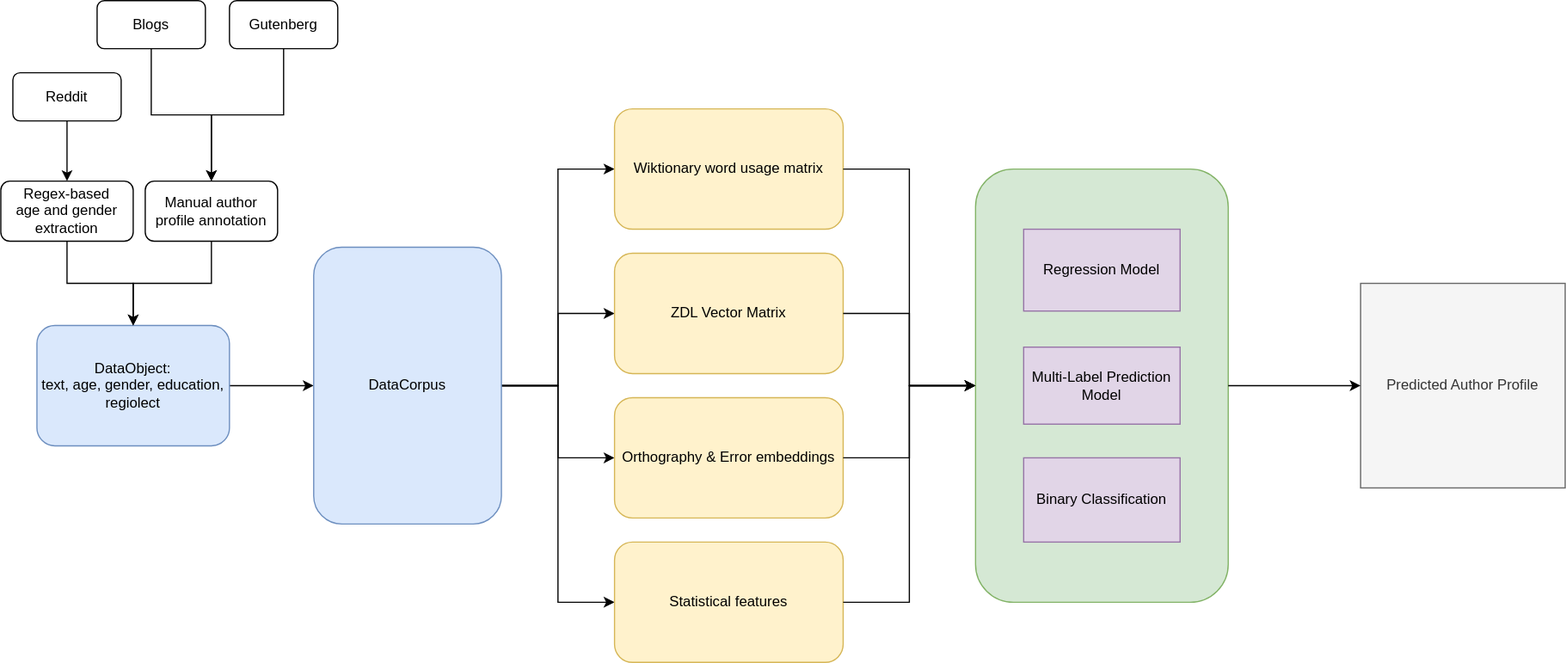
The draw.io diagram architecture.drawio.svg in kobrue02/BERTective, before a commit. Source tidied: cells renumbered, new cells last; positions are measured from the earlier drawing's top-left corner, leaving out a move shared by most shapes. Its diagram source:
```xml
<mxGraphModel>
  <root>
    <mxCell id="0" />
    <mxCell id="1" parent="0" />
    <mxCell id="2" style="edgeStyle=orthogonalEdgeStyle;rounded=0;jettySize=auto;html=1;" parent="1" edge="1" source="3" target="8">
      <mxGeometry relative="1" as="geometry" />
    </mxCell>
    <mxCell id="3" value="DataObject:&lt;br&gt;text, age, gender, education, regiolect" style="rounded=1;whiteSpace=wrap;html=1;fillColor=#dae8fc;strokeColor=#6c8ebf;" parent="1" vertex="1">
      <mxGeometry x="30" y="270" width="160" height="100" as="geometry" />
    </mxCell>
    <mxCell id="4" style="edgeStyle=orthogonalEdgeStyle;rounded=0;jettySize=auto;html=1;" parent="1" edge="1" source="8" target="24">
      <mxGeometry relative="1" as="geometry" />
    </mxCell>
    <mxCell id="5" style="edgeStyle=orthogonalEdgeStyle;rounded=0;jettySize=auto;html=1;" parent="1" edge="1" source="8" target="23">
      <mxGeometry relative="1" as="geometry" />
    </mxCell>
    <mxCell id="6" style="edgeStyle=orthogonalEdgeStyle;rounded=0;jettySize=auto;html=1;entryX=0;entryY=0.5;entryDx=0;entryDy=0;" parent="1" edge="1" source="8" target="22">
      <mxGeometry relative="1" as="geometry" />
    </mxCell>
    <mxCell id="7" style="edgeStyle=orthogonalEdgeStyle;rounded=0;jettySize=auto;html=1;entryX=0;entryY=0.5;entryDx=0;entryDy=0;" parent="1" edge="1" source="8" target="25">
      <mxGeometry relative="1" as="geometry" />
    </mxCell>
    <mxCell id="8" value="DataCorpus" style="rounded=1;whiteSpace=wrap;html=1;fillColor=#dae8fc;strokeColor=#6c8ebf;" parent="1" vertex="1">
      <mxGeometry x="260" y="205" width="156" height="230" as="geometry" />
    </mxCell>
    <mxCell id="9" style="edgeStyle=orthogonalEdgeStyle;rounded=0;jettySize=auto;html=1;" parent="1" edge="1" source="10" target="13">
      <mxGeometry relative="1" as="geometry" />
    </mxCell>
    <mxCell id="10" value="Reddit" style="rounded=1;whiteSpace=wrap;html=1;" parent="1" vertex="1">
      <mxGeometry x="10" y="60" width="90" height="40" as="geometry" />
    </mxCell>
    <mxCell id="11" style="edgeStyle=orthogonalEdgeStyle;rounded=0;jettySize=auto;html=1;" parent="1" edge="1" source="34" target="15">
      <mxGeometry relative="1" as="geometry" />
    </mxCell>
    <mxCell id="12" style="edgeStyle=orthogonalEdgeStyle;rounded=0;jettySize=auto;html=1;" parent="1" edge="1" source="13" target="3">
      <mxGeometry relative="1" as="geometry" />
    </mxCell>
    <mxCell id="13" value="Regex-based&lt;br&gt;age and gender extraction" style="rounded=1;whiteSpace=wrap;html=1;" parent="1" vertex="1">
      <mxGeometry y="150" width="110" height="50" as="geometry" />
    </mxCell>
    <mxCell id="14" style="edgeStyle=orthogonalEdgeStyle;rounded=0;jettySize=auto;html=1;" parent="1" edge="1" source="15" target="3">
      <mxGeometry relative="1" as="geometry" />
    </mxCell>
    <mxCell id="15" value="Manual author profile annotation" style="rounded=1;whiteSpace=wrap;html=1;" parent="1" vertex="1">
      <mxGeometry x="120" y="150" width="110" height="50" as="geometry" />
    </mxCell>
    <mxCell id="16" style="group;" parent="1" vertex="1">
      <mxGeometry x="810" y="144" width="210" height="360" as="geometry" />
    </mxCell>
    <mxCell id="17" style="rounded=1;whiteSpace=wrap;html=1;fillColor=#d5e8d4;strokeColor=#82b366;" parent="16" vertex="1">
      <mxGeometry y="-4" width="210" height="360" as="geometry" />
    </mxCell>
    <mxCell id="18" value="Regression Model" style="rounded=0;whiteSpace=wrap;html=1;fillColor=#e1d5e7;strokeColor=#9673a6;" parent="16" vertex="1">
      <mxGeometry x="40" y="46" width="130" height="68" as="geometry" />
    </mxCell>
    <mxCell id="19" value="Multi-Label Prediction Model" style="rounded=0;whiteSpace=wrap;html=1;fillColor=#e1d5e7;strokeColor=#9673a6;" parent="16" vertex="1">
      <mxGeometry x="40" y="144" width="130" height="64" as="geometry" />
    </mxCell>
    <mxCell id="20" value="Binary Classification" style="rounded=0;whiteSpace=wrap;html=1;fillColor=#e1d5e7;strokeColor=#9673a6;" parent="16" vertex="1">
      <mxGeometry x="40" y="236" width="130" height="70" as="geometry" />
    </mxCell>
    <mxCell id="21" style="group;" parent="1" vertex="1">
      <mxGeometry x="510" y="90" width="190" height="460" as="geometry" />
    </mxCell>
    <mxCell id="22" value="Wiktionary word usage matrix" style="rounded=1;whiteSpace=wrap;html=1;fillColor=#fff2cc;strokeColor=#d6b656;" parent="21" vertex="1">
      <mxGeometry width="190" height="100" as="geometry" />
    </mxCell>
    <mxCell id="23" value="ZDL Vector Matrix" style="rounded=1;whiteSpace=wrap;html=1;fillColor=#fff2cc;strokeColor=#d6b656;" parent="21" vertex="1">
      <mxGeometry y="120" width="190" height="100" as="geometry" />
    </mxCell>
    <mxCell id="24" value="Orthography &amp;amp; Error embeddings" style="rounded=1;whiteSpace=wrap;html=1;fillColor=#fff2cc;strokeColor=#d6b656;" parent="21" vertex="1">
      <mxGeometry y="240" width="190" height="100" as="geometry" />
    </mxCell>
    <mxCell id="25" value="Statistical features" style="rounded=1;whiteSpace=wrap;html=1;fillColor=#fff2cc;strokeColor=#d6b656;" parent="21" vertex="1">
      <mxGeometry y="360" width="190" height="100" as="geometry" />
    </mxCell>
    <mxCell id="26" style="edgeStyle=orthogonalEdgeStyle;rounded=0;jettySize=auto;html=1;" parent="1" edge="1" source="25" target="17">
      <mxGeometry relative="1" as="geometry" />
    </mxCell>
    <mxCell id="27" style="edgeStyle=orthogonalEdgeStyle;rounded=0;jettySize=auto;html=1;" parent="1" edge="1" source="22" target="17">
      <mxGeometry relative="1" as="geometry">
        <Array as="points">
          <mxPoint x="755" y="140" />
          <mxPoint x="755" y="320" />
        </Array>
      </mxGeometry>
    </mxCell>
    <mxCell id="28" style="edgeStyle=orthogonalEdgeStyle;rounded=0;jettySize=auto;html=1;entryX=0;entryY=0.5;entryDx=0;entryDy=0;" parent="1" edge="1" source="23" target="17">
      <mxGeometry relative="1" as="geometry" />
    </mxCell>
    <mxCell id="29" style="edgeStyle=orthogonalEdgeStyle;rounded=0;jettySize=auto;html=1;entryX=0;entryY=0.5;entryDx=0;entryDy=0;" parent="1" edge="1" source="24" target="17">
      <mxGeometry relative="1" as="geometry" />
    </mxCell>
    <mxCell id="30" value="Predicted Author Profile" style="whiteSpace=wrap;html=1;fillColor=#f5f5f5;fontColor=#333333;strokeColor=#666666;" parent="1" vertex="1">
      <mxGeometry x="1130" y="235" width="170" height="170" as="geometry" />
    </mxCell>
    <mxCell id="31" style="edgeStyle=orthogonalEdgeStyle;rounded=0;jettySize=auto;html=1;" parent="1" edge="1" source="17" target="30">
      <mxGeometry relative="1" as="geometry" />
    </mxCell>
    <mxCell id="32" style="edgeStyle=orthogonalEdgeStyle;rounded=0;jettySize=auto;html=1;entryX=0.5;entryY=0;entryDx=0;entryDy=0;" parent="1" edge="1" source="35" target="15">
      <mxGeometry relative="1" as="geometry" />
    </mxCell>
    <mxCell id="33" style="group;" parent="1" vertex="1">
      <mxGeometry x="80" width="200" height="40" as="geometry" />
    </mxCell>
    <mxCell id="34" value="Blogs" style="rounded=1;whiteSpace=wrap;html=1;" parent="33" vertex="1">
      <mxGeometry width="90" height="40" as="geometry" />
    </mxCell>
    <mxCell id="35" value="Gutenberg" style="rounded=1;whiteSpace=wrap;html=1;" parent="33" vertex="1">
      <mxGeometry x="110" width="90" height="40" as="geometry" />
    </mxCell>
  </root>
</mxGraphModel>
```
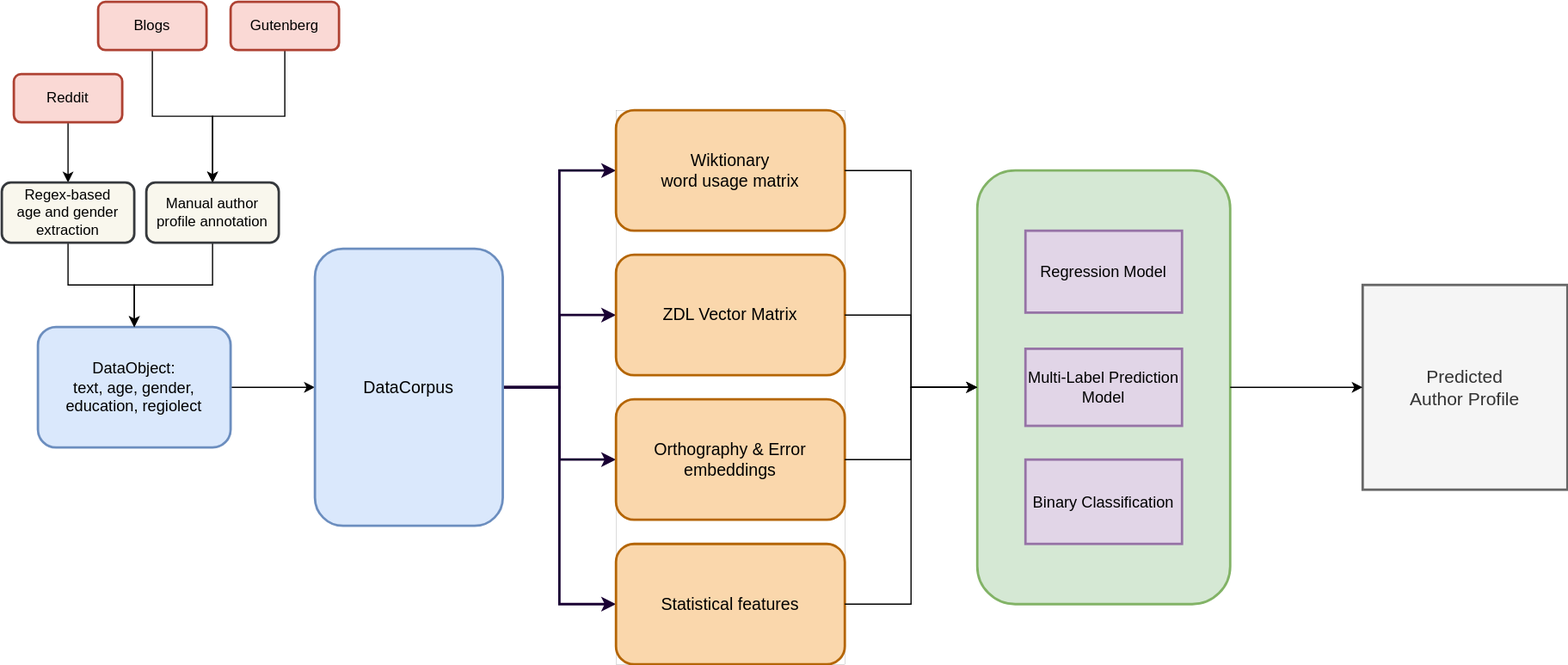
Later version of the same file.

Commit message:
edited architecture flowchart

Diff of the diagram source:
```diff
@@ -5,28 +5,28 @@
     <mxCell id="2" style="edgeStyle=orthogonalEdgeStyle;rounded=0;jettySize=auto;html=1;" parent="1" edge="1" source="3" target="8">
       <mxGeometry relative="1" as="geometry" />
     </mxCell>
-    <mxCell id="3" value="DataObject:&lt;br&gt;text, age, gender, education, regiolect" style="rounded=1;whiteSpace=wrap;html=1;fillColor=#dae8fc;strokeColor=#6c8ebf;" parent="1" vertex="1">
+    <mxCell id="3" value="&lt;font style=&quot;font-size: 13px;&quot;&gt;DataObject:&lt;br&gt;text, age, gender, education, regiolect&lt;/font&gt;" style="rounded=1;whiteSpace=wrap;html=1;fillColor=#dae8fc;strokeColor=#6c8ebf;strokeWidth=2;" parent="1" vertex="1">
       <mxGeometry x="30" y="270" width="160" height="100" as="geometry" />
     </mxCell>
-    <mxCell id="4" style="edgeStyle=orthogonalEdgeStyle;rounded=0;jettySize=auto;html=1;" parent="1" edge="1" source="8" target="24">
+    <mxCell id="4" style="edgeStyle=orthogonalEdgeStyle;rounded=0;jettySize=auto;html=1;strokeColor=#190033;strokeWidth=2;jumpStyle=none;shadow=0;" parent="1" edge="1" source="8" target="24">
       <mxGeometry relative="1" as="geometry" />
     </mxCell>
-    <mxCell id="5" style="edgeStyle=orthogonalEdgeStyle;rounded=0;jettySize=auto;html=1;" parent="1" edge="1" source="8" target="23">
+    <mxCell id="5" style="edgeStyle=orthogonalEdgeStyle;rounded=0;jettySize=auto;html=1;strokeColor=#190033;strokeWidth=2;jumpStyle=none;shadow=0;" parent="1" edge="1" source="8" target="23">
       <mxGeometry relative="1" as="geometry" />
     </mxCell>
-    <mxCell id="6" style="edgeStyle=orthogonalEdgeStyle;rounded=0;jettySize=auto;html=1;entryX=0;entryY=0.5;entryDx=0;entryDy=0;" parent="1" edge="1" source="8" target="22">
+    <mxCell id="6" style="edgeStyle=orthogonalEdgeStyle;rounded=0;jettySize=auto;html=1;entryX=0;entryY=0.5;entryDx=0;entryDy=0;strokeColor=#190033;strokeWidth=2;jumpStyle=none;shadow=0;" parent="1" edge="1" source="8" target="22">
       <mxGeometry relative="1" as="geometry" />
     </mxCell>
-    <mxCell id="7" style="edgeStyle=orthogonalEdgeStyle;rounded=0;jettySize=auto;html=1;entryX=0;entryY=0.5;entryDx=0;entryDy=0;" parent="1" edge="1" source="8" target="25">
+    <mxCell id="7" style="edgeStyle=orthogonalEdgeStyle;rounded=0;jettySize=auto;html=1;entryX=0;entryY=0.5;entryDx=0;entryDy=0;strokeColor=#190033;strokeWidth=2;jumpStyle=none;shadow=0;" parent="1" edge="1" source="8" target="25">
       <mxGeometry relative="1" as="geometry" />
     </mxCell>
-    <mxCell id="8" value="DataCorpus" style="rounded=1;whiteSpace=wrap;html=1;fillColor=#dae8fc;strokeColor=#6c8ebf;" parent="1" vertex="1">
+    <mxCell id="8" value="&lt;font style=&quot;font-size: 14px;&quot;&gt;DataCorpus&lt;/font&gt;" style="rounded=1;whiteSpace=wrap;html=1;fillColor=#dae8fc;strokeColor=#6c8ebf;strokeWidth=2;" parent="1" vertex="1">
       <mxGeometry x="260" y="205" width="156" height="230" as="geometry" />
     </mxCell>
     <mxCell id="9" style="edgeStyle=orthogonalEdgeStyle;rounded=0;jettySize=auto;html=1;" parent="1" edge="1" source="10" target="13">
       <mxGeometry relative="1" as="geometry" />
     </mxCell>
-    <mxCell id="10" value="Reddit" style="rounded=1;whiteSpace=wrap;html=1;" parent="1" vertex="1">
+    <mxCell id="10" value="Reddit" style="rounded=1;whiteSpace=wrap;html=1;fillColor=#fad9d5;strokeColor=#ae4132;strokeWidth=2;" parent="1" vertex="1">
       <mxGeometry x="10" y="60" width="90" height="40" as="geometry" />
     </mxCell>
     <mxCell id="11" style="edgeStyle=orthogonalEdgeStyle;rounded=0;jettySize=auto;html=1;" parent="1" edge="1" source="34" target="15">
@@ -35,43 +35,43 @@
     <mxCell id="12" style="edgeStyle=orthogonalEdgeStyle;rounded=0;jettySize=auto;html=1;" parent="1" edge="1" source="13" target="3">
       <mxGeometry relative="1" as="geometry" />
     </mxCell>
-    <mxCell id="13" value="Regex-based&lt;br&gt;age and gender extraction" style="rounded=1;whiteSpace=wrap;html=1;" parent="1" vertex="1">
+    <mxCell id="13" value="Regex-based&lt;br&gt;age and gender extraction" style="rounded=1;whiteSpace=wrap;html=1;fillColor=#f9f7ed;strokeColor=#36393d;strokeWidth=2;" parent="1" vertex="1">
       <mxGeometry y="150" width="110" height="50" as="geometry" />
     </mxCell>
     <mxCell id="14" style="edgeStyle=orthogonalEdgeStyle;rounded=0;jettySize=auto;html=1;" parent="1" edge="1" source="15" target="3">
       <mxGeometry relative="1" as="geometry" />
     </mxCell>
-    <mxCell id="15" value="Manual author profile annotation" style="rounded=1;whiteSpace=wrap;html=1;" parent="1" vertex="1">
+    <mxCell id="15" value="Manual author profile annotation" style="rounded=1;whiteSpace=wrap;html=1;fillColor=#f9f7ed;strokeColor=#36393d;strokeWidth=2;" parent="1" vertex="1">
       <mxGeometry x="120" y="150" width="110" height="50" as="geometry" />
     </mxCell>
-    <mxCell id="16" style="group;" parent="1" vertex="1">
+    <mxCell id="16" style="group;strokeWidth=1;" parent="1" vertex="1">
       <mxGeometry x="810" y="144" width="210" height="360" as="geometry" />
     </mxCell>
-    <mxCell id="17" style="rounded=1;whiteSpace=wrap;html=1;fillColor=#d5e8d4;strokeColor=#82b366;" parent="16" vertex="1">
+    <mxCell id="17" style="rounded=1;whiteSpace=wrap;html=1;fillColor=#d5e8d4;strokeColor=#82b366;strokeWidth=2;" parent="16" vertex="1">
       <mxGeometry y="-4" width="210" height="360" as="geometry" />
     </mxCell>
-    <mxCell id="18" value="Regression Model" style="rounded=0;whiteSpace=wrap;html=1;fillColor=#e1d5e7;strokeColor=#9673a6;" parent="16" vertex="1">
+    <mxCell id="18" value="&lt;font style=&quot;font-size: 13px;&quot;&gt;Regression Model&lt;/font&gt;" style="rounded=0;whiteSpace=wrap;html=1;fillColor=#e1d5e7;strokeColor=#9673a6;strokeWidth=2;" parent="16" vertex="1">
       <mxGeometry x="40" y="46" width="130" height="68" as="geometry" />
     </mxCell>
-    <mxCell id="19" value="Multi-Label Prediction Model" style="rounded=0;whiteSpace=wrap;html=1;fillColor=#e1d5e7;strokeColor=#9673a6;" parent="16" vertex="1">
+    <mxCell id="19" value="&lt;font style=&quot;font-size: 13px;&quot;&gt;Multi-Label Prediction Model&lt;/font&gt;" style="rounded=0;whiteSpace=wrap;html=1;fillColor=#e1d5e7;strokeColor=#9673a6;strokeWidth=2;" parent="16" vertex="1">
       <mxGeometry x="40" y="144" width="130" height="64" as="geometry" />
     </mxCell>
-    <mxCell id="20" value="Binary Classification" style="rounded=0;whiteSpace=wrap;html=1;fillColor=#e1d5e7;strokeColor=#9673a6;" parent="16" vertex="1">
+    <mxCell id="20" value="&lt;font style=&quot;font-size: 13px;&quot;&gt;Binary Classification&lt;/font&gt;" style="rounded=0;whiteSpace=wrap;html=1;fillColor=#e1d5e7;strokeColor=#9673a6;strokeWidth=2;" parent="16" vertex="1">
       <mxGeometry x="40" y="236" width="130" height="70" as="geometry" />
     </mxCell>
-    <mxCell id="21" style="group;" parent="1" vertex="1">
+    <mxCell id="21" style="group;strokeWidth=0;strokeColor=default;shadow=0;" parent="1" vertex="1">
       <mxGeometry x="510" y="90" width="190" height="460" as="geometry" />
     </mxCell>
-    <mxCell id="22" value="Wiktionary word usage matrix" style="rounded=1;whiteSpace=wrap;html=1;fillColor=#fff2cc;strokeColor=#d6b656;" parent="21" vertex="1">
+    <mxCell id="22" value="&lt;font style=&quot;font-size: 14px;&quot;&gt;Wiktionary&lt;br&gt;word usage matrix&lt;/font&gt;" style="rounded=1;whiteSpace=wrap;html=1;fillColor=#fad7ac;strokeColor=#b46504;strokeWidth=2;" parent="21" vertex="1">
       <mxGeometry width="190" height="100" as="geometry" />
     </mxCell>
-    <mxCell id="23" value="ZDL Vector Matrix" style="rounded=1;whiteSpace=wrap;html=1;fillColor=#fff2cc;strokeColor=#d6b656;" parent="21" vertex="1">
+    <mxCell id="23" value="&lt;font style=&quot;font-size: 14px;&quot;&gt;ZDL Vector Matrix&lt;/font&gt;" style="rounded=1;whiteSpace=wrap;html=1;fillColor=#fad7ac;strokeColor=#b46504;strokeWidth=2;" parent="21" vertex="1">
       <mxGeometry y="120" width="190" height="100" as="geometry" />
     </mxCell>
-    <mxCell id="24" value="Orthography &amp;amp; Error embeddings" style="rounded=1;whiteSpace=wrap;html=1;fillColor=#fff2cc;strokeColor=#d6b656;" parent="21" vertex="1">
+    <mxCell id="24" value="&lt;font style=&quot;font-size: 14px;&quot;&gt;Orthography &amp;amp; Error embeddings&lt;/font&gt;" style="rounded=1;whiteSpace=wrap;html=1;fillColor=#fad7ac;strokeColor=#b46504;strokeWidth=2;" parent="21" vertex="1">
       <mxGeometry y="240" width="190" height="100" as="geometry" />
     </mxCell>
-    <mxCell id="25" value="Statistical features" style="rounded=1;whiteSpace=wrap;html=1;fillColor=#fff2cc;strokeColor=#d6b656;" parent="21" vertex="1">
+    <mxCell id="25" value="&lt;font style=&quot;font-size: 14px;&quot;&gt;Statistical features&lt;/font&gt;" style="rounded=1;whiteSpace=wrap;html=1;fillColor=#fad7ac;strokeColor=#b46504;strokeWidth=2;" parent="21" vertex="1">
       <mxGeometry y="360" width="190" height="100" as="geometry" />
     </mxCell>
     <mxCell id="26" style="edgeStyle=orthogonalEdgeStyle;rounded=0;jettySize=auto;html=1;" parent="1" edge="1" source="25" target="17">
@@ -91,7 +91,7 @@
     <mxCell id="29" style="edgeStyle=orthogonalEdgeStyle;rounded=0;jettySize=auto;html=1;entryX=0;entryY=0.5;entryDx=0;entryDy=0;" parent="1" edge="1" source="24" target="17">
       <mxGeometry relative="1" as="geometry" />
     </mxCell>
-    <mxCell id="30" value="Predicted Author Profile" style="whiteSpace=wrap;html=1;fillColor=#f5f5f5;fontColor=#333333;strokeColor=#666666;" parent="1" vertex="1">
+    <mxCell id="30" value="&lt;font style=&quot;font-size: 15px;&quot;&gt;Predicted &lt;br&gt;Author Profile&lt;/font&gt;" style="whiteSpace=wrap;html=1;fillColor=#f5f5f5;fontColor=#333333;strokeColor=#666666;strokeWidth=2;" parent="1" vertex="1">
       <mxGeometry x="1130" y="235" width="170" height="170" as="geometry" />
     </mxCell>
     <mxCell id="31" style="edgeStyle=orthogonalEdgeStyle;rounded=0;jettySize=auto;html=1;" parent="1" edge="1" source="17" target="30">
@@ -100,13 +100,13 @@
     <mxCell id="32" style="edgeStyle=orthogonalEdgeStyle;rounded=0;jettySize=auto;html=1;entryX=0.5;entryY=0;entryDx=0;entryDy=0;" parent="1" edge="1" source="35" target="15">
       <mxGeometry relative="1" as="geometry" />
     </mxCell>
-    <mxCell id="33" style="group;" parent="1" vertex="1">
+    <mxCell id="33" style="group;fillColor=none;" parent="1" vertex="1">
       <mxGeometry x="80" width="200" height="40" as="geometry" />
     </mxCell>
-    <mxCell id="34" value="Blogs" style="rounded=1;whiteSpace=wrap;html=1;" parent="33" vertex="1">
+    <mxCell id="34" value="Blogs" style="rounded=1;whiteSpace=wrap;html=1;fillColor=#fad9d5;strokeColor=#ae4132;strokeWidth=2;" parent="33" vertex="1">
       <mxGeometry width="90" height="40" as="geometry" />
     </mxCell>
-    <mxCell id="35" value="Gutenberg" style="rounded=1;whiteSpace=wrap;html=1;" parent="33" vertex="1">
+    <mxCell id="35" value="Gutenberg" style="rounded=1;whiteSpace=wrap;html=1;fillColor=#fad9d5;strokeColor=#ae4132;strokeWidth=2;" parent="33" vertex="1">
       <mxGeometry x="110" width="90" height="40" as="geometry" />
     </mxCell>
   </root>
```
